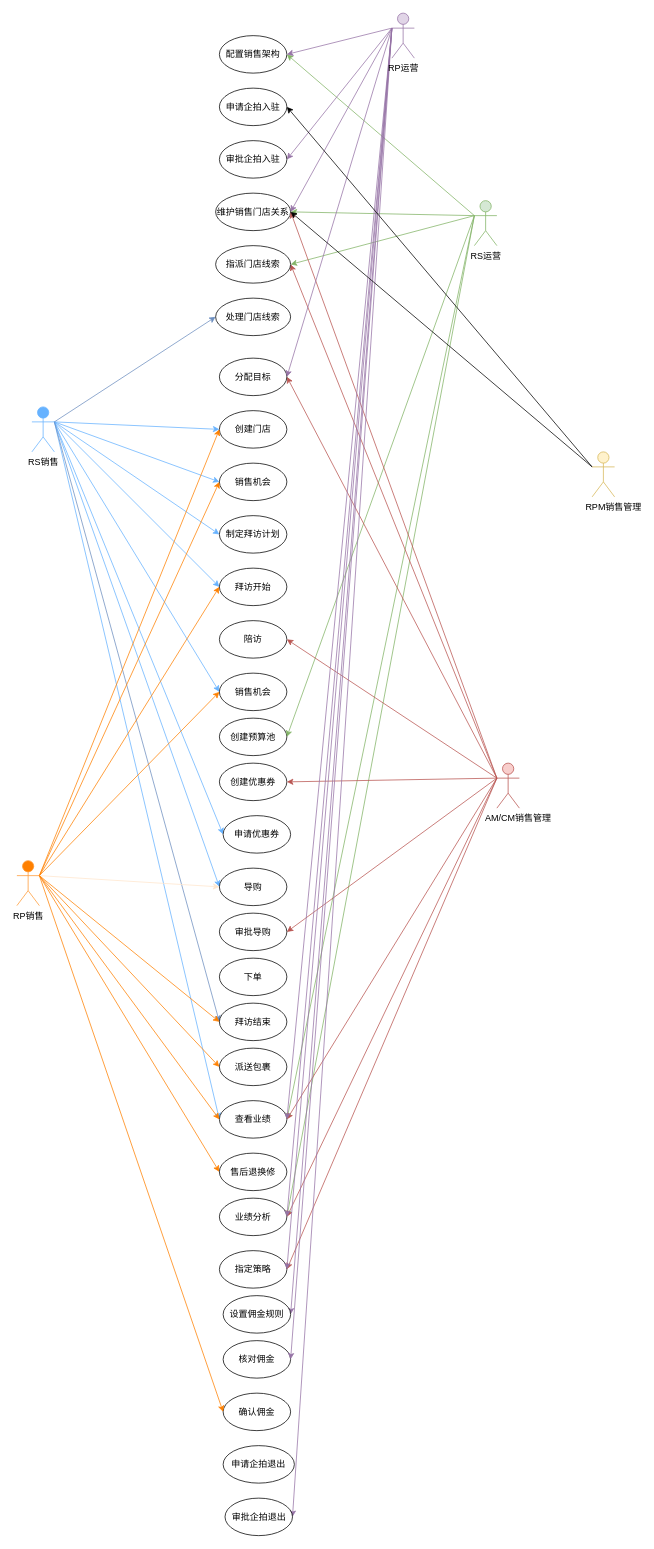
Before: 渠道-用例图.drawio in shixiaoding/draw, a draw.io diagram. Source tidied: cells renumbered, new cells numbered last; positions are measured from the earlier drawing's top-left corner, leaving out a move shared by most shapes. Both pictures are drawn from the tidied source at 75%, with x=0, y=0 at pixel (16, 13).
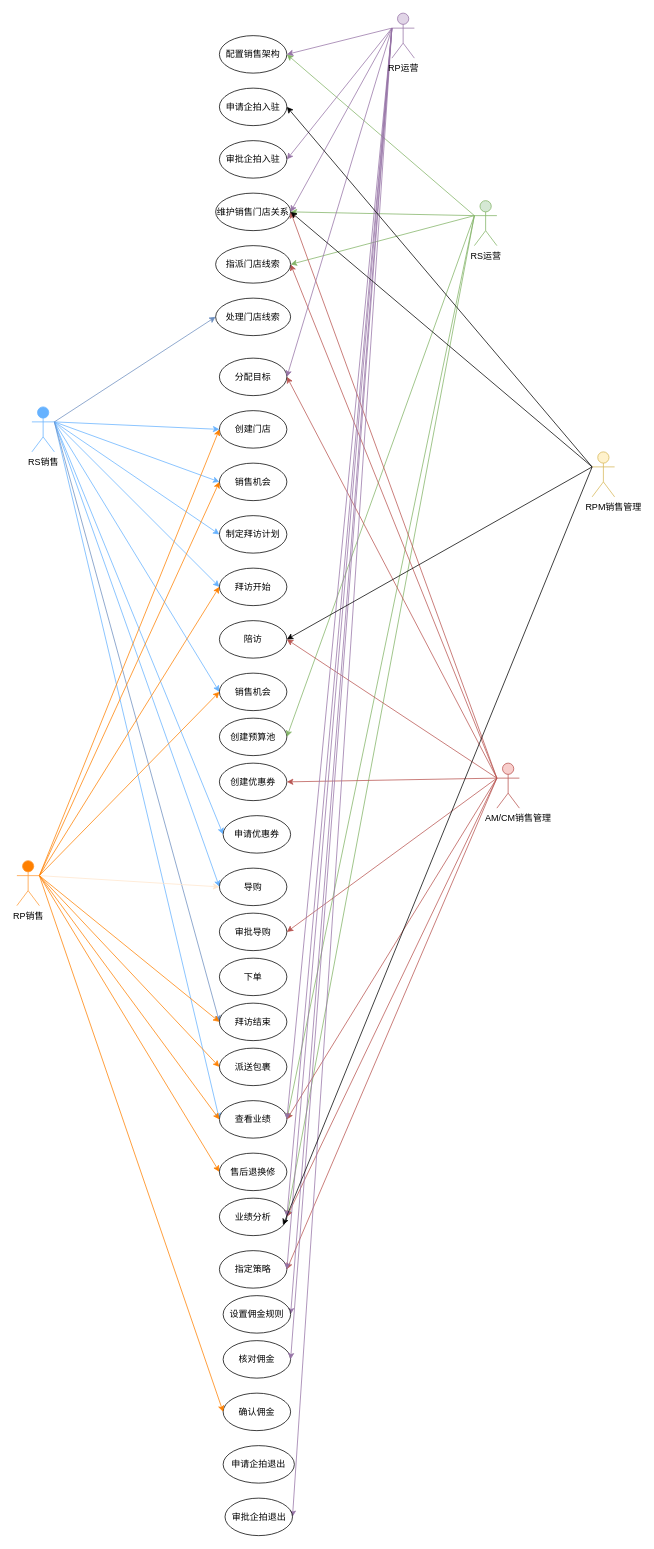
Above is the later version.

Commit message (it also covers changes not shown here):
更新渠道-用例图.drawio

Unchanged cells that the change refers to:
```xml
<mxCell id="16" value="陪访" style="ellipse;whiteSpace=wrap;html=1;" parent="1" vertex="1">
  <mxGeometry x="270" y="810" width="90" height="50" as="geometry" />
</mxCell>
<mxCell id="22" value="业绩分析" style="ellipse;whiteSpace=wrap;html=1;" parent="1" vertex="1">
  <mxGeometry x="270" y="1580" width="90" height="50" as="geometry" />
</mxCell>
<mxCell id="79" value="&amp;nbsp; &amp;nbsp; &amp;nbsp; &amp;nbsp; RPM销售管理" style="shape=umlActor;verticalLabelPosition=bottom;verticalAlign=top;html=1;outlineConnect=0;fillColor=#fff2cc;strokeColor=#d6b656;" parent="1" vertex="1">
  <mxGeometry x="767" y="585" width="30" height="60" as="geometry" />
</mxCell>
```

What changed in the source:
```diff
@@
+    <mxCell id="85" style="edgeStyle=none;rounded=0;jettySize=auto;html=1;exitX=0;exitY=0.3333333333333333;exitDx=0;exitDy=0;exitPerimeter=0;entryX=1;entryY=0.5;entryDx=0;entryDy=0;" parent="1" edge="1" source="79" target="16">
+      <mxGeometry relative="1" as="geometry" />
+    </mxCell>
@@
+    <mxCell id="86" style="edgeStyle=none;rounded=0;jettySize=auto;html=1;exitX=0;exitY=0.3333333333333333;exitDx=0;exitDy=0;exitPerimeter=0;entryX=0.944;entryY=0.72;entryDx=0;entryDy=0;entryPerimeter=0;" parent="1" edge="1" source="79" target="22">
+      <mxGeometry relative="1" as="geometry" />
+    </mxCell>
```
